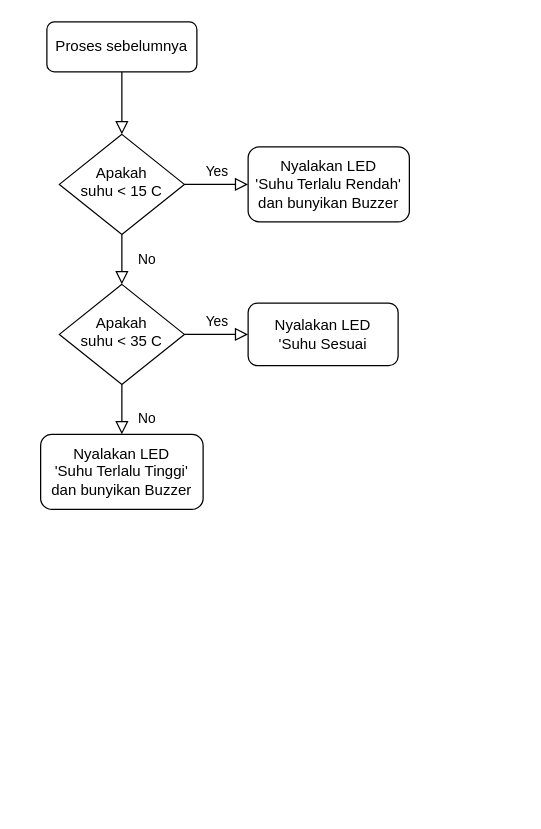
Above: Diagram Tanpa Judul.drawio in fabregasps/test-myweb (draw.io), before the change. Source tidied: cells renumbered, new cells numbered last; positions are measured from the earlier drawing's top-left corner, leaving out a move shared by most shapes. Both pictures are drawn from the tidied source at 125%, with x=0, y=0 at pixel (40, 21).
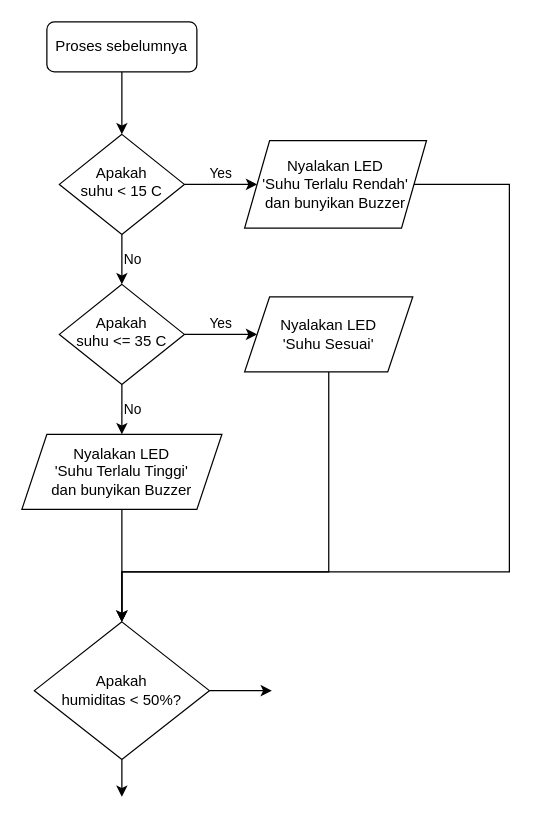
After the change.

Commit message:
benerin If else flowchart

The change refers to these unchanged cells:
```xml
<mxCell id="3" value="Proses sebelumnya" style="rounded=1;whiteSpace=wrap;html=1;fontSize=12;glass=0;strokeWidth=1;shadow=0;" parent="1" vertex="1">
  <mxGeometry x="5" width="120" height="40" as="geometry" />
</mxCell>
<mxCell id="6" value="Apakah&lt;div&gt;suhu &amp;lt; 15 C&lt;/div&gt;" style="rhombus;whiteSpace=wrap;html=1;shadow=0;fontFamily=Helvetica;fontSize=12;align=center;strokeWidth=1;spacing=6;spacingTop=-4;" parent="1" vertex="1">
  <mxGeometry x="15" y="90" width="100" height="80" as="geometry" />
</mxCell>
```

Diff of the diagram source:
```diff
@@
-    <mxCell id="2" style="rounded=0;html=1;jettySize=auto;fontSize=11;endArrow=block;endFill=0;endSize=8;strokeWidth=1;shadow=0;labelBackgroundColor=none;edgeStyle=orthogonalEdgeStyle;" parent="1" edge="1" source="3" target="6">
+    <mxCell id="2" style="edgeStyle=orthogonalEdgeStyle;rounded=0;jettySize=auto;html=1;" parent="1" edge="1" source="3" target="6">
       <mxGeometry relative="1" as="geometry" />
     </mxCell>
@@
+    <mxCell id="5" value="Yes" style="edgeStyle=orthogonalEdgeStyle;rounded=0;jettySize=auto;html=1;verticalAlign=bottom;horizontal=1;" parent="1" edge="1" source="6" target="7">
+      <mxGeometry relative="1" as="geometry" />
+    </mxCell>
-    <mxCell id="4" value="No" style="rounded=0;html=1;jettySize=auto;fontSize=11;endArrow=block;endFill=0;endSize=8;strokeWidth=1;shadow=0;labelBackgroundColor=none;edgeStyle=orthogonalEdgeStyle;" parent="1" edge="1" source="6" target="10">
-      <mxGeometry y="20" relative="1" as="geometry" />
+    <mxCell id="4" value="No" style="edgeStyle=orthogonalEdgeStyle;rounded=0;jettySize=auto;html=1;verticalAlign=middle;labelPosition=right;verticalLabelPosition=middle;align=left;" parent="1" edge="1" source="6" target="10">
+      <mxGeometry relative="1" as="geometry" />
     </mxCell>
-    <mxCell id="5" value="Yes" style="edgeStyle=orthogonalEdgeStyle;rounded=0;html=1;jettySize=auto;fontSize=11;endArrow=block;endFill=0;endSize=8;strokeWidth=1;shadow=0;labelBackgroundColor=none;" parent="1" edge="1" source="6" target="7">
-      <mxGeometry y="10" relative="1" as="geometry" />
-    </mxCell>
@@
+    <mxCell id="8" value="No" style="edgeStyle=orthogonalEdgeStyle;rounded=0;jettySize=auto;html=1;labelPosition=right;verticalLabelPosition=middle;align=left;verticalAlign=middle;" parent="1" edge="1" source="10" target="11">
+      <mxGeometry relative="1" as="geometry" />
+    </mxCell>
+    <mxCell id="13" value="Yes" style="edgeStyle=orthogonalEdgeStyle;rounded=0;jettySize=auto;html=1;labelPosition=center;verticalLabelPosition=top;align=center;verticalAlign=bottom;" parent="1" edge="1" source="10" target="16">
+      <mxGeometry relative="1" as="geometry" />
+    </mxCell>
+    <mxCell id="10" value="Apakah&lt;div&gt;suhu &amp;lt;= 35 C&lt;/div&gt;" style="rhombus;whiteSpace=wrap;html=1;shadow=0;fontFamily=Helvetica;fontSize=12;align=center;strokeWidth=1;spacing=6;spacingTop=-4;" parent="1" vertex="1">
+      <mxGeometry x="15" y="210" width="100" height="80" as="geometry" />
+    </mxCell>
+    <mxCell id="14" style="edgeStyle=orthogonalEdgeStyle;rounded=0;jettySize=auto;html=1;entryX=0.5;entryY=0;entryDx=0;entryDy=0;" parent="1" edge="1" source="11" target="20">
+      <mxGeometry relative="1" as="geometry" />
+    </mxCell>
+    <mxCell id="11" value="Nyalakan LED&lt;div&gt;'Suhu Terlalu Tinggi'&lt;/div&gt;&lt;div&gt;&lt;span style=&quot;background-color: initial;&quot;&gt;dan bunyikan Buzzer&lt;/span&gt;&lt;/div&gt;" style="shape=parallelogram;perimeter=parallelogramPerimeter;whiteSpace=wrap;html=1;fixedSize=1;" parent="1" vertex="1">
+      <mxGeometry x="-15" y="330" width="160" height="60" as="geometry" />
+    </mxCell>
+    <mxCell id="15" style="edgeStyle=orthogonalEdgeStyle;rounded=0;jettySize=auto;html=1;entryX=0.5;entryY=0;entryDx=0;entryDy=0;" parent="1" edge="1" source="16" target="20">
+      <mxGeometry relative="1" as="geometry">
+        <Array as="points">
+          <mxPoint x="230" y="440" />
+          <mxPoint x="65" y="440" />
+        </Array>
+      </mxGeometry>
+    </mxCell>
+    <mxCell id="16" value="Nyalakan LED&lt;div&gt;'Suhu Sesuai'&lt;/div&gt;" style="shape=parallelogram;perimeter=parallelogramPerimeter;whiteSpace=wrap;html=1;fixedSize=1;" parent="1" vertex="1">
+      <mxGeometry x="163.2" y="220" width="134.5" height="60" as="geometry" />
+    </mxCell>
+    <mxCell id="17" style="edgeStyle=orthogonalEdgeStyle;rounded=0;jettySize=auto;html=1;entryX=0.5;entryY=0;entryDx=0;entryDy=0;" parent="1" edge="1" source="7" target="20">
+      <mxGeometry relative="1" as="geometry">
+        <Array as="points">
+          <mxPoint x="375" y="130" />
+          <mxPoint x="375" y="440" />
+          <mxPoint x="65" y="440" />
+        </Array>
+      </mxGeometry>
+    </mxCell>
-    <mxCell id="7" value="Nyalakan LED&lt;div&gt;'Suhu Terlalu Rendah'&lt;/div&gt;&lt;div&gt;dan bunyikan Buzzer&lt;/div&gt;" style="rounded=1;whiteSpace=wrap;html=1;fontSize=12;glass=0;strokeWidth=1;shadow=0;" parent="1" vertex="1">
-      <mxGeometry x="166" y="100" width="129" height="60" as="geometry" />
+    <mxCell id="7" value="Nyalakan LED&lt;div&gt;'Suhu Terlalu Rendah'&lt;/div&gt;&lt;div&gt;dan bunyikan Buzzer&lt;/div&gt;" style="shape=parallelogram;perimeter=parallelogramPerimeter;whiteSpace=wrap;html=1;fixedSize=1;" parent="1" vertex="1">
+      <mxGeometry x="163.2" y="95" width="145.5" height="70" as="geometry" />
     </mxCell>
-    <mxCell id="8" value="No" style="rounded=0;html=1;jettySize=auto;fontSize=11;endArrow=block;endFill=0;endSize=8;strokeWidth=1;shadow=0;labelBackgroundColor=none;edgeStyle=orthogonalEdgeStyle;" parent="1" edge="1" source="10" target="11">
-      <mxGeometry x="0.33" y="20" relative="1" as="geometry" />
-    </mxCell>
-    <mxCell id="9" value="Yes" style="edgeStyle=orthogonalEdgeStyle;rounded=0;html=1;jettySize=auto;fontSize=11;endArrow=block;endFill=0;endSize=8;strokeWidth=1;shadow=0;labelBackgroundColor=none;" parent="1" edge="1" source="10" target="12">
-      <mxGeometry y="10" relative="1" as="geometry" />
-    </mxCell>
-    <mxCell id="10" value="Apakah&lt;div&gt;suhu &amp;lt; 35 C&lt;/div&gt;" style="rhombus;whiteSpace=wrap;html=1;shadow=0;fontFamily=Helvetica;fontSize=12;align=center;strokeWidth=1;spacing=6;spacingTop=-4;" parent="1" vertex="1">
-      <mxGeometry x="15" y="210" width="100" height="80" as="geometry" />
-    </mxCell>
-    <mxCell id="11" value="Nyalakan LED&lt;div&gt;'Suhu Terlalu Tinggi'&lt;/div&gt;&lt;div&gt;&lt;span style=&quot;background-color: initial;&quot;&gt;dan bunyikan Buzzer&lt;/span&gt;&lt;/div&gt;" style="rounded=1;whiteSpace=wrap;html=1;fontSize=12;glass=0;strokeWidth=1;shadow=0;" parent="1" vertex="1">
-      <mxGeometry y="330" width="130" height="60" as="geometry" />
-    </mxCell>
-    <mxCell id="12" value="Nyalakan LED&lt;div&gt;'Suhu Sesuai&lt;/div&gt;" style="rounded=1;whiteSpace=wrap;html=1;fontSize=12;glass=0;strokeWidth=1;shadow=0;" parent="1" vertex="1">
-      <mxGeometry x="166" y="225" width="120" height="50" as="geometry" />
-    </mxCell>
+    <mxCell id="18" style="edgeStyle=orthogonalEdgeStyle;rounded=0;jettySize=auto;html=1;" parent="1" edge="1" source="20">
+      <mxGeometry relative="1" as="geometry">
+        <mxPoint x="65" y="620" as="targetPoint" />
+      </mxGeometry>
+    </mxCell>
+    <mxCell id="19" style="edgeStyle=orthogonalEdgeStyle;rounded=0;jettySize=auto;html=1;" parent="1" edge="1" source="20">
+      <mxGeometry relative="1" as="geometry">
+        <mxPoint x="185" y="535" as="targetPoint" />
+      </mxGeometry>
+    </mxCell>
+    <mxCell id="20" value="Apakah&lt;div&gt;&lt;span style=&quot;background-color: initial;&quot;&gt;humiditas &amp;lt; 50%?&lt;/span&gt;&lt;/div&gt;" style="rhombus;whiteSpace=wrap;html=1;" parent="1" vertex="1">
+      <mxGeometry x="-5" y="480" width="140" height="110" as="geometry" />
+    </mxCell>
```
